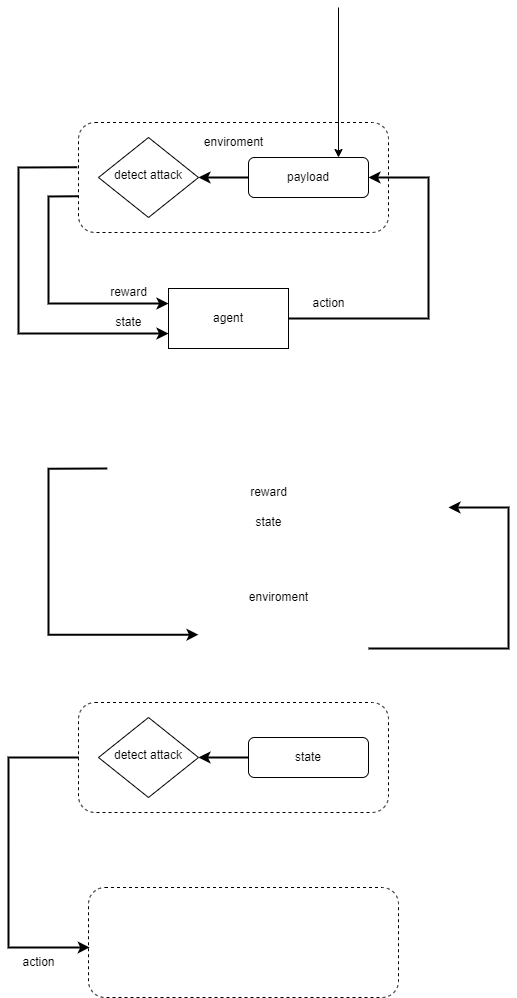
Atxx737/detect_attack_by_reinforcement_learning keeps this draw.io diagram as images/RL-flow.png. Above is the earlier version. Source tidied: cells renumbered, new cells last; positions are measured from the earlier drawing's top-left corner, leaving out a move shared by most shapes.
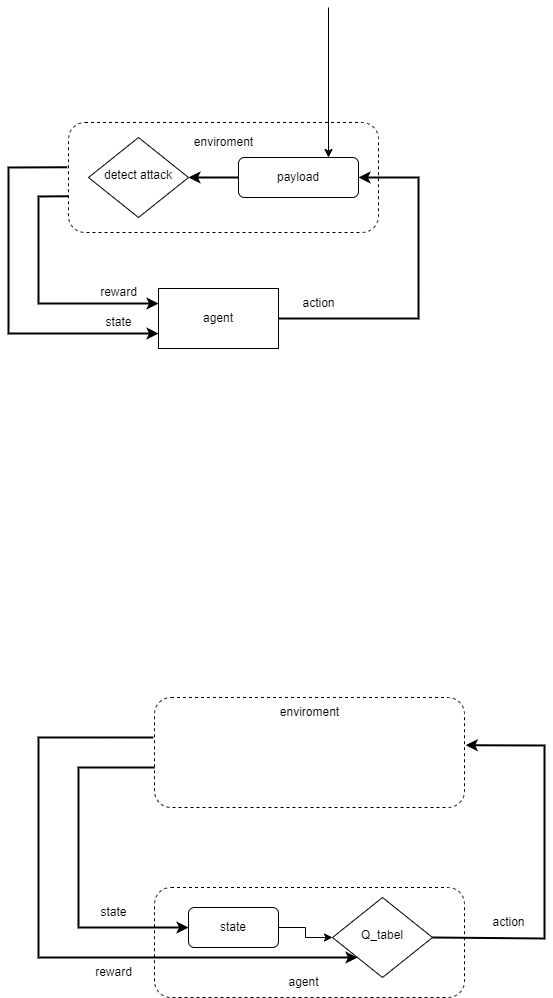
After the commit.

Change to the diagram source:
```diff
@@ -2,6 +2,9 @@
   <root>
     <mxCell id="0" />
     <mxCell id="1" parent="0" />
+    <mxCell id="27" style="rounded=1;whiteSpace=wrap;html=1;gradientColor=none;fillColor=none;dashed=1;horizontal=1;" parent="1" vertex="1">
+      <mxGeometry x="156" y="880" width="310" height="110" as="geometry" />
+    </mxCell>
     <mxCell id="2" style="group;" parent="1" vertex="1">
       <mxGeometry x="10" y="115" width="410" height="226" as="geometry" />
     </mxCell>
@@ -64,64 +67,57 @@
         <mxPoint x="330" as="sourcePoint" />
       </mxGeometry>
     </mxCell>
-    <mxCell id="16" style="endArrow=classic;html=1;rounded=0;exitX=0;exitY=0.671;exitDx=0;exitDy=0;exitPerimeter=0;entryX=0.004;entryY=0.545;entryDx=0;entryDy=0;strokeWidth=2;entryPerimeter=0;" parent="1" edge="1" target="27">
+    <mxCell id="16" style="endArrow=classic;html=1;rounded=0;exitX=0;exitY=0.636;exitDx=0;exitDy=0;strokeWidth=2;exitPerimeter=0;entryX=0;entryY=0.5;entryDx=0;entryDy=0;" parent="1" edge="1" source="21" target="22">
       <mxGeometry relative="1" as="geometry">
-        <mxPoint x="70" y="750" as="sourcePoint" />
         <Array as="points">
-          <mxPoint y="750" />
-          <mxPoint y="940" />
+          <mxPoint x="80" y="760" />
+          <mxPoint x="80" y="920" />
         </Array>
       </mxGeometry>
     </mxCell>
-    <mxCell id="17" style="endArrow=classic;html=1;rounded=0;exitX=-0.004;exitY=0.407;exitDx=0;exitDy=0;exitPerimeter=0;entryX=0;entryY=0.75;entryDx=0;entryDy=0;strokeWidth=2;" parent="1" edge="1">
+    <mxCell id="17" style="endArrow=classic;html=1;rounded=0;exitX=-0.004;exitY=0.407;exitDx=0;exitDy=0;exitPerimeter=0;entryX=0;entryY=1;entryDx=0;entryDy=0;strokeWidth=2;" parent="1" edge="1" target="20">
       <mxGeometry relative="1" as="geometry">
-        <mxPoint x="98.8" y="461" as="sourcePoint" />
-        <mxPoint x="190" y="627.2" as="targetPoint" />
+        <mxPoint x="154.8" y="730" as="sourcePoint" />
         <Array as="points">
-          <mxPoint x="40" y="461.2" />
-          <mxPoint x="40" y="627.2" />
+          <mxPoint x="40" y="730" />
+          <mxPoint x="40" y="950" />
         </Array>
       </mxGeometry>
     </mxCell>
     <mxCell id="18" value="action" style="text;html=1;align=center;verticalAlign=middle;strokeColor=none;fillColor=none;" parent="1" vertex="1">
-      <mxGeometry y="940" width="60" height="30" as="geometry" />
+      <mxGeometry x="480" y="900" width="60" height="30" as="geometry" />
     </mxCell>
-    <mxCell id="19" style="endArrow=classic;html=1;rounded=0;exitX=1;exitY=0.5;exitDx=0;exitDy=0;entryX=1;entryY=0.5;entryDx=0;entryDy=0;strokeWidth=2;" parent="1" edge="1">
+    <mxCell id="19" style="endArrow=classic;html=1;rounded=0;exitX=1;exitY=0.5;exitDx=0;exitDy=0;entryX=1.004;entryY=0.434;entryDx=0;entryDy=0;strokeWidth=2;entryPerimeter=0;" parent="1" edge="1" source="20" target="21">
       <mxGeometry relative="1" as="geometry">
-        <mxPoint x="360" y="641" as="sourcePoint" />
-        <mxPoint x="440" y="500" as="targetPoint" />
         <Array as="points">
-          <mxPoint x="500" y="641" />
-          <mxPoint x="500" y="580" />
-          <mxPoint x="500" y="500" />
+          <mxPoint x="546" y="931" />
+          <mxPoint x="546" y="738" />
         </Array>
       </mxGeometry>
     </mxCell>
-    <mxCell id="20" value="detect attack" style="rhombus;whiteSpace=wrap;html=1;shadow=0;fontFamily=Helvetica;fontSize=12;align=center;strokeWidth=1;spacing=6;spacingTop=-4;" parent="1" vertex="1">
-      <mxGeometry x="90" y="710" width="100" height="80" as="geometry" />
+    <mxCell id="20" value="Q_tabel" style="rhombus;whiteSpace=wrap;html=1;shadow=0;fontFamily=Helvetica;fontSize=12;align=center;strokeWidth=1;spacing=6;spacingTop=-4;" parent="1" vertex="1">
+      <mxGeometry x="334" y="890" width="100" height="80" as="geometry" />
     </mxCell>
     <mxCell id="21" style="rounded=1;whiteSpace=wrap;html=1;gradientColor=none;fillColor=none;dashed=1;horizontal=1;" parent="1" vertex="1">
-      <mxGeometry x="70" y="695" width="310" height="110" as="geometry" />
+      <mxGeometry x="156" y="690" width="310" height="110" as="geometry" />
     </mxCell>
+    <mxCell id="28" style="edgeStyle=orthogonalEdgeStyle;rounded=0;jettySize=auto;html=1;entryX=0;entryY=0.5;entryDx=0;entryDy=0;" parent="1" edge="1" source="22" target="20">
+      <mxGeometry relative="1" as="geometry" />
+    </mxCell>
     <mxCell id="22" value="state" style="rounded=1;whiteSpace=wrap;html=1;fontSize=12;glass=0;strokeWidth=1;shadow=0;" parent="1" vertex="1">
-      <mxGeometry x="240" y="730" width="120" height="40" as="geometry" />
+      <mxGeometry x="190" y="900" width="90" height="40" as="geometry" />
     </mxCell>
-    <mxCell id="23" style="endArrow=classic;html=1;rounded=0;exitX=0;exitY=0.5;exitDx=0;exitDy=0;strokeWidth=2;" parent="1" edge="1" source="22">
-      <mxGeometry relative="1" as="geometry">
-        <mxPoint x="190" y="750" as="targetPoint" />
-      </mxGeometry>
-    </mxCell>
     <mxCell id="24" value="reward" style="text;html=1;align=center;verticalAlign=middle;strokeColor=none;fillColor=none;" parent="1" vertex="1">
-      <mxGeometry x="230" y="470" width="60" height="30" as="geometry" />
+      <mxGeometry x="85" y="950" width="60" height="30" as="geometry" />
     </mxCell>
     <mxCell id="25" value="state" style="text;html=1;align=center;verticalAlign=middle;strokeColor=none;fillColor=none;" parent="1" vertex="1">
-      <mxGeometry x="235" y="500" width="50" height="30" as="geometry" />
+      <mxGeometry x="90" y="890" width="50" height="30" as="geometry" />
     </mxCell>
     <mxCell id="26" value="enviroment" style="text;html=1;align=center;verticalAlign=middle;strokeColor=none;fillColor=none;" parent="1" vertex="1">
-      <mxGeometry x="230" y="575" width="80" height="30" as="geometry" />
+      <mxGeometry x="271" y="690" width="80" height="30" as="geometry" />
     </mxCell>
-    <mxCell id="27" style="rounded=1;whiteSpace=wrap;html=1;gradientColor=none;fillColor=none;dashed=1;horizontal=1;" parent="1" vertex="1">
-      <mxGeometry x="80" y="880" width="310" height="110" as="geometry" />
-    </mxCell>
+    <mxCell id="29" value="agent" style="text;html=1;align=center;verticalAlign=middle;strokeColor=none;fillColor=none;" parent="1" vertex="1">
+      <mxGeometry x="280" y="960" width="50" height="30" as="geometry" />
+    </mxCell>
   </root>
 </mxGraphModel>
```
